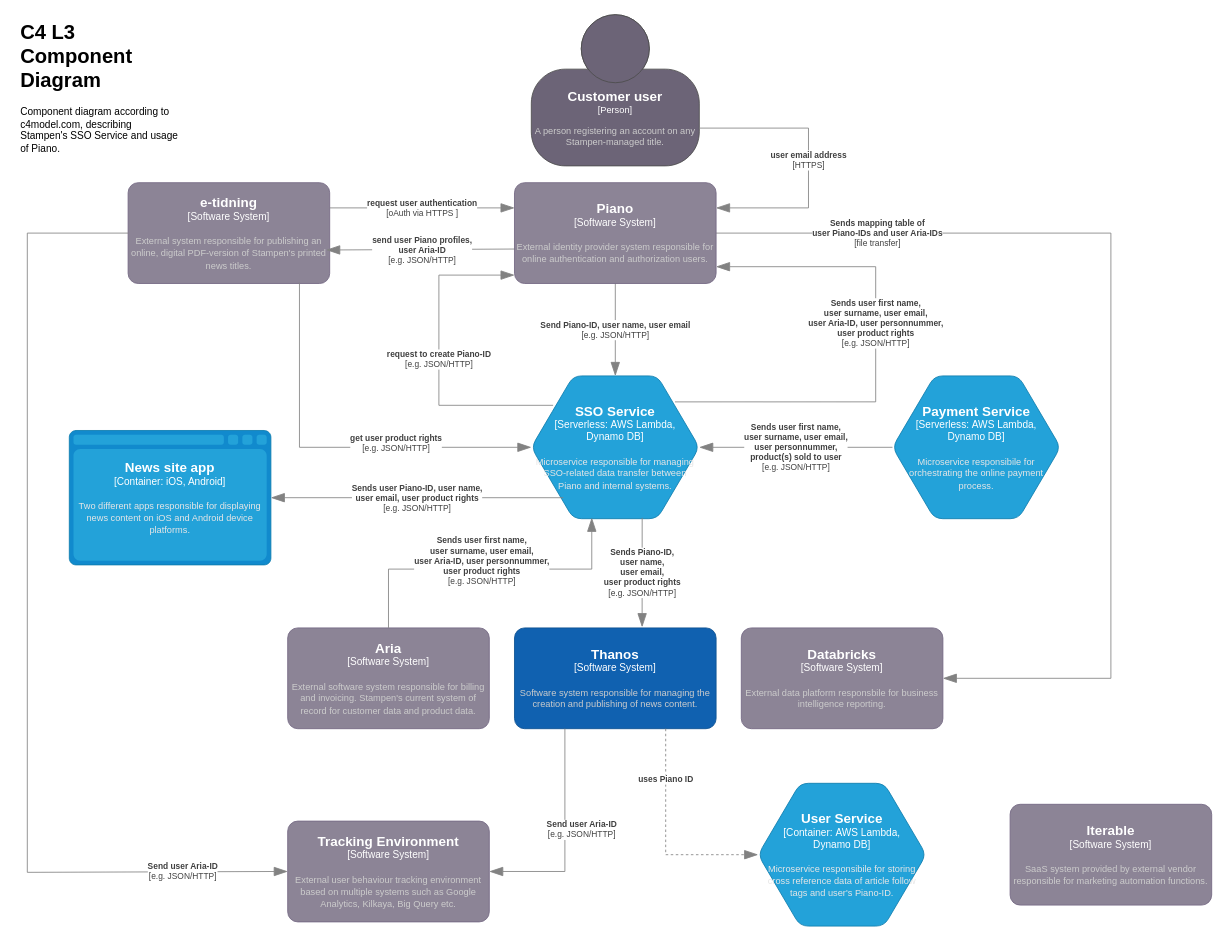
Before: L3 component diagram Piano & SSO Service.drawio in SLM-Development/diagrams, a draw.io diagram. Source tidied: cells renumbered, new cells numbered last; positions are measured from the earlier drawing's top-left corner, leaving out a move shared by most shapes. Both pictures are drawn from the tidied source at 84%, with x=0, y=0 at pixel (18, 14).
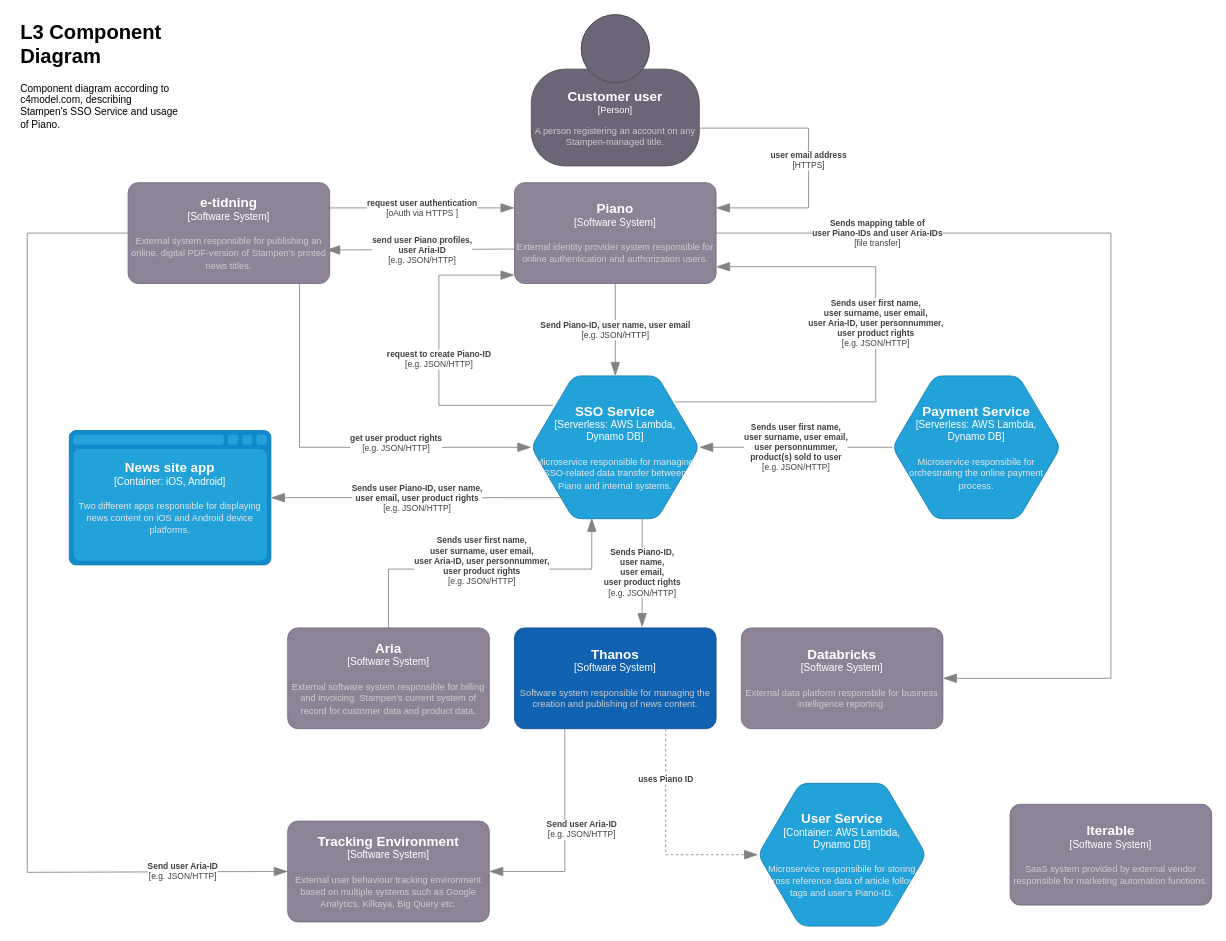
Above is the later version.

What changed in the source:
```diff
@@
-    <mxCell id="29" value="&lt;h1 style=&quot;margin-top: 0px;&quot;&gt;C4 L3 Component Diagram&lt;/h1&gt;&lt;p&gt;Component diagram according to c4model.com, describing Stampen's SSO Service and usage of Piano.&lt;/p&gt;" style="text;html=1;whiteSpace=wrap;overflow=hidden;rounded=0;" parent="1" vertex="1">
+    <mxCell id="29" value="&lt;h1 style=&quot;margin-top: 0px;&quot;&gt;L3 Component Diagram&lt;/h1&gt;&lt;p&gt;Component diagram according to c4model.com, describing Stampen's SSO Service and usage of Piano.&lt;/p&gt;" style="text;html=1;whiteSpace=wrap;overflow=hidden;rounded=0;" parent="1" vertex="1">
       <mxGeometry width="190" height="170" as="geometry" />
     </mxCell>
```
